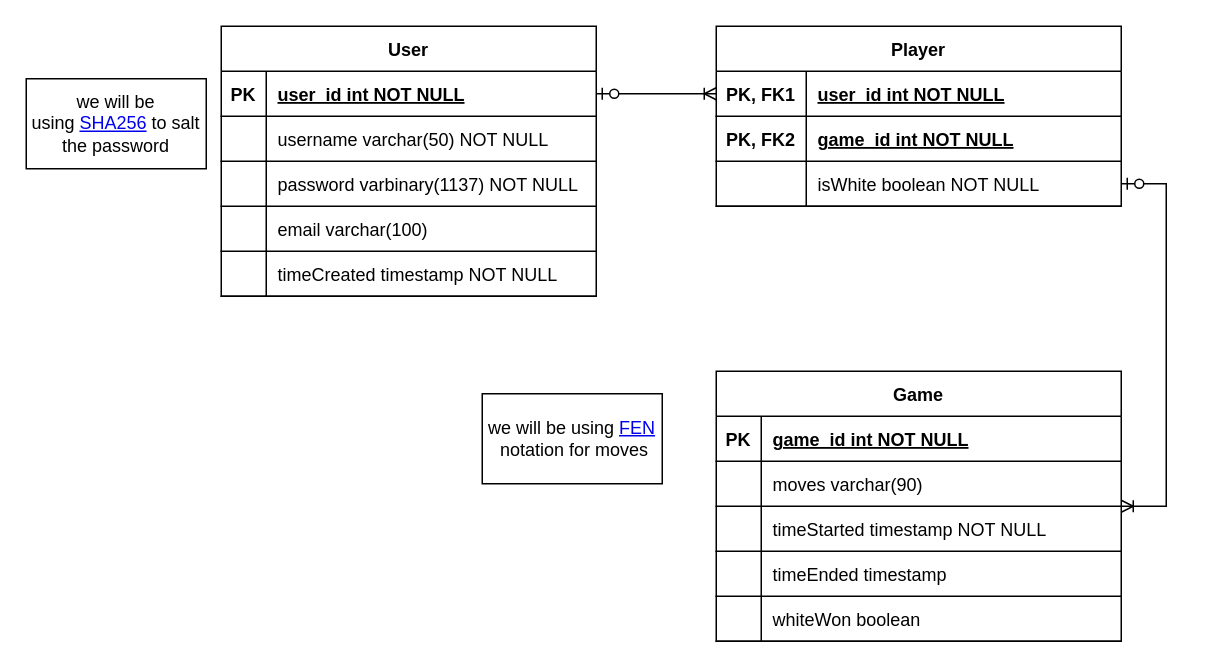
Ultrasonic1209/chess-app-frontend keeps this draw.io diagram as public/nea/Designed SQL.drawio. Above is the earlier version. Source tidied: cells renumbered, new cells numbered last; positions are measured from the earlier drawing's top-left corner, leaving out a move shared by most shapes. Both pictures are drawn from the tidied source at 150%, with x=0, y=0 at pixel (26, 26).
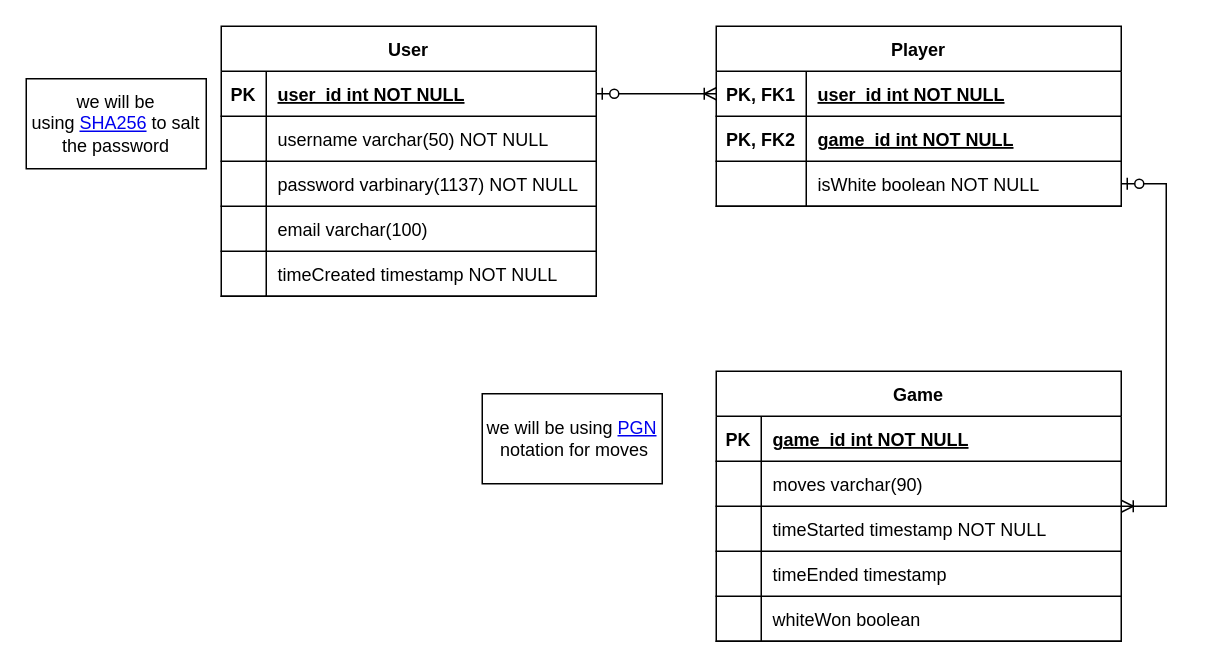
Above is the later version.

Diff of the diagram source:
```diff
@@
-    <mxCell id="47" value="we will be using &lt;a href=&quot;https://en.wikipedia.org/wiki/Forsyth%E2%80%93Edwards_Notation&quot;&gt;FEN&lt;/a&gt;&lt;br&gt;&amp;nbsp;notation for moves" style="rounded=0;whiteSpace=wrap;html=1;" parent="1" vertex="1">
+    <mxCell id="47" value="we will be using &lt;a href=&quot;https://en.wikipedia.org/wiki/Portable_Game_Notation&quot;&gt;PGN&lt;/a&gt;&lt;br&gt;&amp;nbsp;notation for moves" style="rounded=0;whiteSpace=wrap;html=1;" parent="1" vertex="1">
       <mxGeometry x="304" y="245" width="120" height="60" as="geometry" />
     </mxCell>
```
